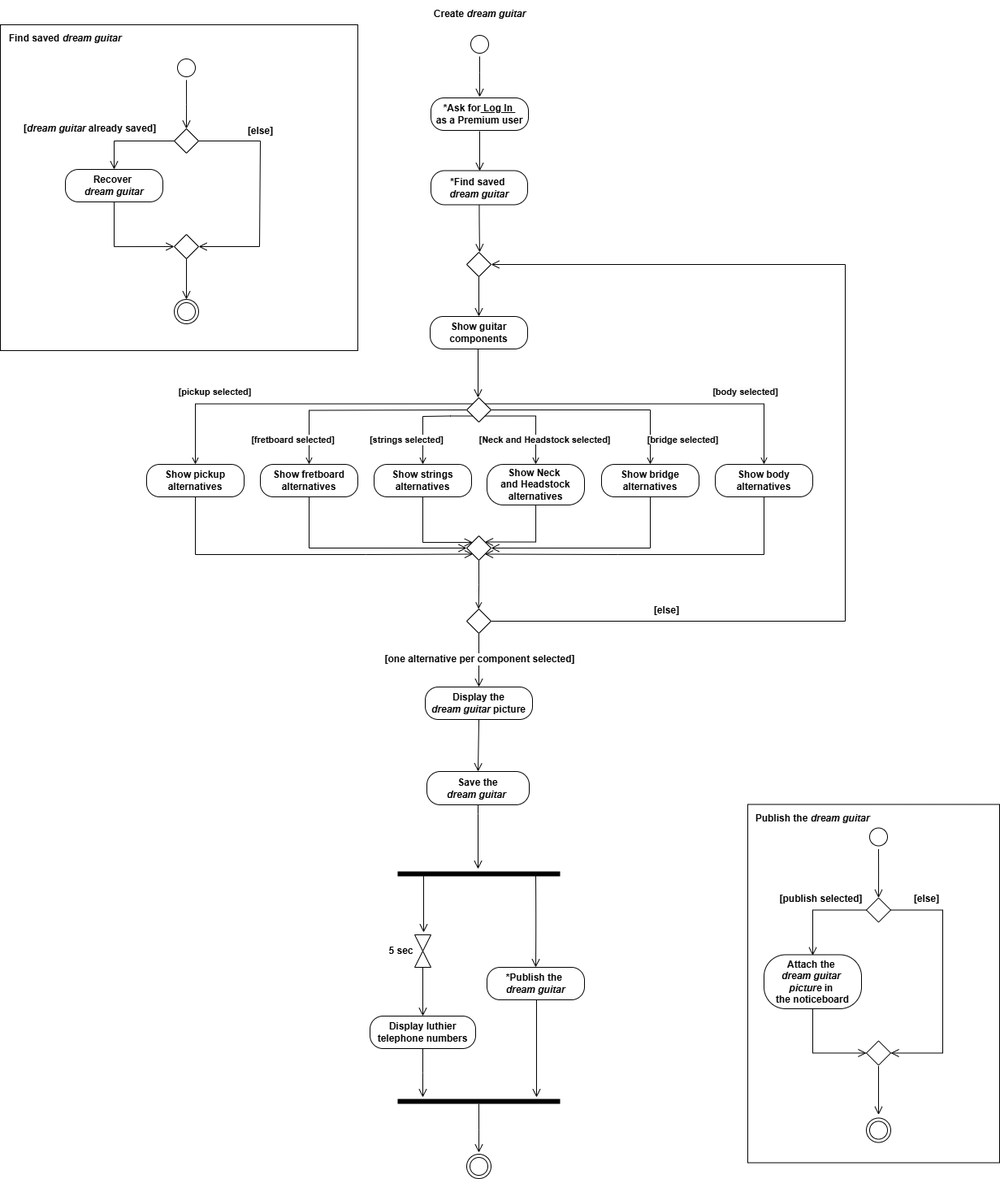
TizianoLilli/ISPW-Project keeps this draw.io diagram as diagrams/ActivityDiagramT.drawio.png. Above is the earlier version. Source tidied: cells renumbered, new cells last; positions are measured from the earlier drawing's top-left corner, leaving out a move shared by most shapes.
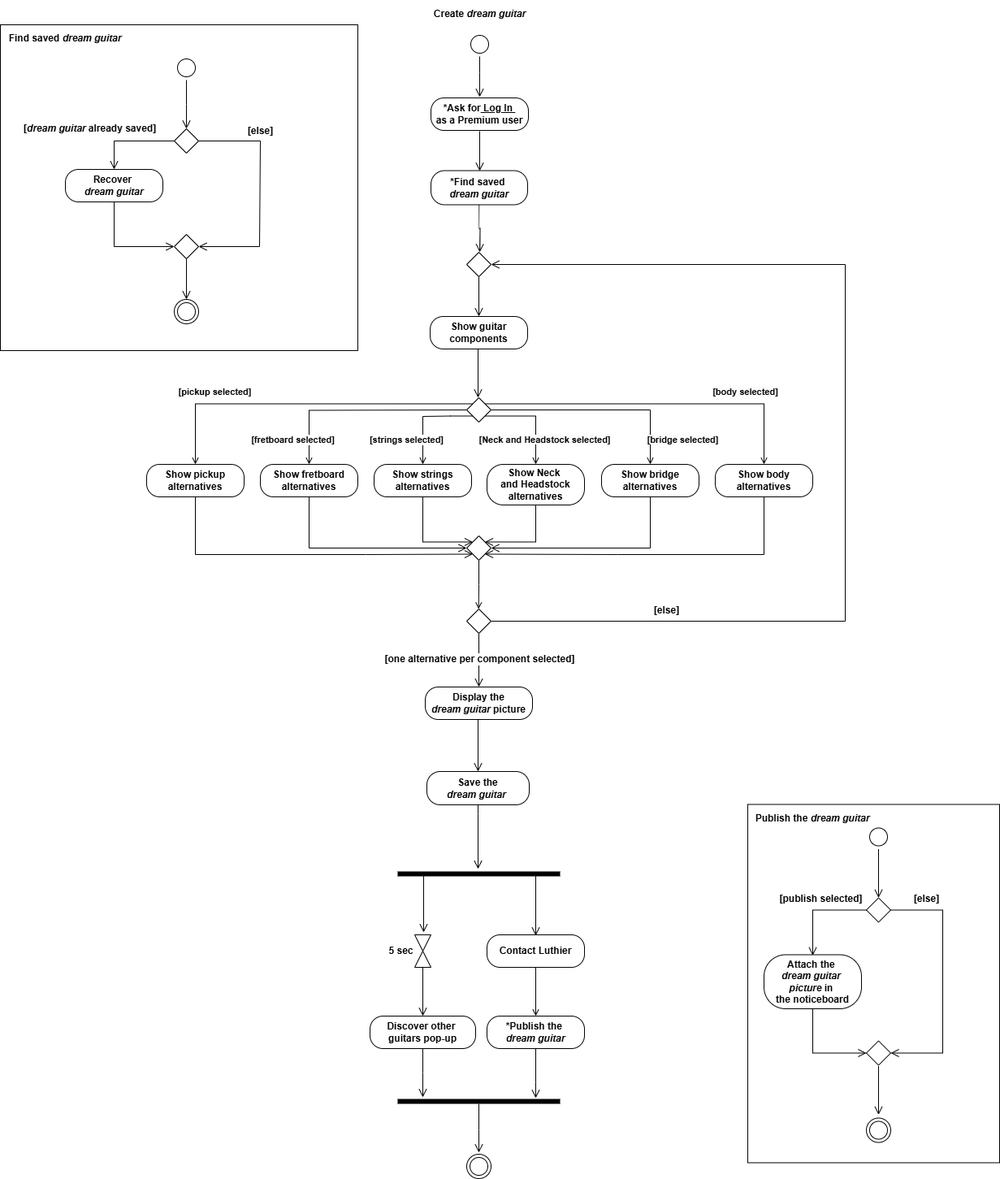
Above is the later version.

Change to the diagram source:
```diff
@@ -194,21 +194,25 @@
         <mxPoint x="521" y="1147" as="targetPoint" />
       </mxGeometry>
     </mxCell>
-    <mxCell id="41" style="edgeStyle=orthogonalEdgeStyle;html=1;verticalAlign=bottom;endArrow=open;endSize=8;rounded=0;fontSize=12;curved=1;entryX=0.5;entryY=0;entryDx=0;entryDy=0;labelBackgroundColor=none;fontColor=default;" parent="1" edge="1" target="43">
+    <mxCell id="41" style="edgeStyle=orthogonalEdgeStyle;html=1;verticalAlign=bottom;endArrow=open;endSize=8;rounded=0;fontSize=12;curved=1;labelBackgroundColor=none;fontColor=default;" parent="1" edge="1">
       <mxGeometry relative="1" as="geometry">
         <mxPoint x="659" y="1077" as="sourcePoint" />
+        <mxPoint x="659" y="1151" as="targetPoint" />
       </mxGeometry>
     </mxCell>
     <mxCell id="42" value="&lt;b&gt;5 sec&lt;/b&gt;" style="shape=collate;html=1;spacingLeft=-55;labelBackgroundColor=none;" parent="1" vertex="1">
       <mxGeometry x="510" y="1150" width="20" height="40" as="geometry" />
     </mxCell>
     <mxCell id="43" value="&lt;b&gt;*Publish the&amp;nbsp;&lt;/b&gt;&lt;div&gt;&lt;b&gt;&lt;i&gt;dream guitar&lt;/i&gt;&lt;/b&gt;&lt;/div&gt;" style="rounded=1;whiteSpace=wrap;html=1;arcSize=40;labelBackgroundColor=none;" parent="1" vertex="1">
-      <mxGeometry x="599" y="1190" width="120" height="40" as="geometry" />
+      <mxGeometry x="599" y="1250" width="120" height="40" as="geometry" />
     </mxCell>
-    <mxCell id="44" style="edgeStyle=orthogonalEdgeStyle;html=1;verticalAlign=bottom;endArrow=open;endSize=8;rounded=0;fontSize=12;curved=1;labelBackgroundColor=none;fontColor=default;" parent="1" edge="1">
+    <mxCell id="44" style="edgeStyle=orthogonalEdgeStyle;html=1;verticalAlign=bottom;endArrow=open;endSize=8;rounded=0;fontSize=12;curved=1;labelBackgroundColor=none;fontColor=default;exitX=0.5;exitY=1;exitDx=0;exitDy=0;" parent="1" edge="1" source="43">
       <mxGeometry relative="1" as="geometry">
-        <mxPoint x="660" y="1230" as="sourcePoint" />
-        <mxPoint x="660" y="1350" as="targetPoint" />
+        <mxPoint x="659" y="1351" as="targetPoint" />
+        <Array as="points">
+          <mxPoint x="659" y="1331" />
+          <mxPoint x="659" y="1331" />
+        </Array>
       </mxGeometry>
     </mxCell>
     <mxCell id="45" style="edgeStyle=orthogonalEdgeStyle;html=1;verticalAlign=bottom;endArrow=open;endSize=8;rounded=0;fontSize=12;curved=1;labelBackgroundColor=none;fontColor=default;" parent="1" edge="1">
@@ -217,7 +221,7 @@
         <mxPoint x="520" y="1250" as="targetPoint" />
       </mxGeometry>
     </mxCell>
-    <mxCell id="46" value="&lt;b&gt;Display luthier telephone numbers&lt;/b&gt;" style="rounded=1;whiteSpace=wrap;html=1;arcSize=40;labelBackgroundColor=none;" parent="1" vertex="1">
+    <mxCell id="46" value="&lt;b&gt;Discover other&amp;nbsp;&lt;/b&gt;&lt;div&gt;&lt;b&gt;guitars&amp;nbsp;&lt;/b&gt;&lt;b style=&quot;background-color: transparent; color: light-dark(rgb(0, 0, 0), rgb(255, 255, 255));&quot;&gt;pop-up&lt;/b&gt;&lt;/div&gt;" style="rounded=1;whiteSpace=wrap;html=1;arcSize=40;labelBackgroundColor=none;" parent="1" vertex="1">
       <mxGeometry x="455" y="1250" width="130" height="40" as="geometry" />
     </mxCell>
     <mxCell id="47" style="edgeStyle=orthogonalEdgeStyle;html=1;verticalAlign=bottom;endArrow=open;endSize=8;rounded=0;fontSize=12;curved=1;labelBackgroundColor=none;fontColor=default;" parent="1" edge="1" source="46">
@@ -362,5 +366,11 @@
     <mxCell id="76" value="&lt;b style=&quot;font-size: 12px;&quot;&gt;Create&amp;nbsp;&lt;/b&gt;&lt;b style=&quot;font-size: 12px;&quot;&gt;&lt;i&gt;dream guitar&lt;/i&gt;&lt;/b&gt;" style="text;strokeColor=none;fillColor=none;html=1;align=center;verticalAlign=middle;whiteSpace=wrap;rounded=0;fontSize=16;" parent="1" vertex="1">
       <mxGeometry x="524.5" width="131" height="30" as="geometry" />
     </mxCell>
+    <mxCell id="77" style="edgeStyle=orthogonalEdgeStyle;rounded=0;jettySize=auto;html=1;exitX=0.5;exitY=1;exitDx=0;exitDy=0;endArrow=open;endFill=0;" parent="1" edge="1" source="78" target="43">
+      <mxGeometry relative="1" as="geometry" />
+    </mxCell>
+    <mxCell id="78" value="&lt;b&gt;Contact Luthier&lt;/b&gt;" style="rounded=1;whiteSpace=wrap;html=1;arcSize=40;labelBackgroundColor=none;" parent="1" vertex="1">
+      <mxGeometry x="599" y="1150" width="120" height="40" as="geometry" />
+    </mxCell>
   </root>
 </mxGraphModel>
```
